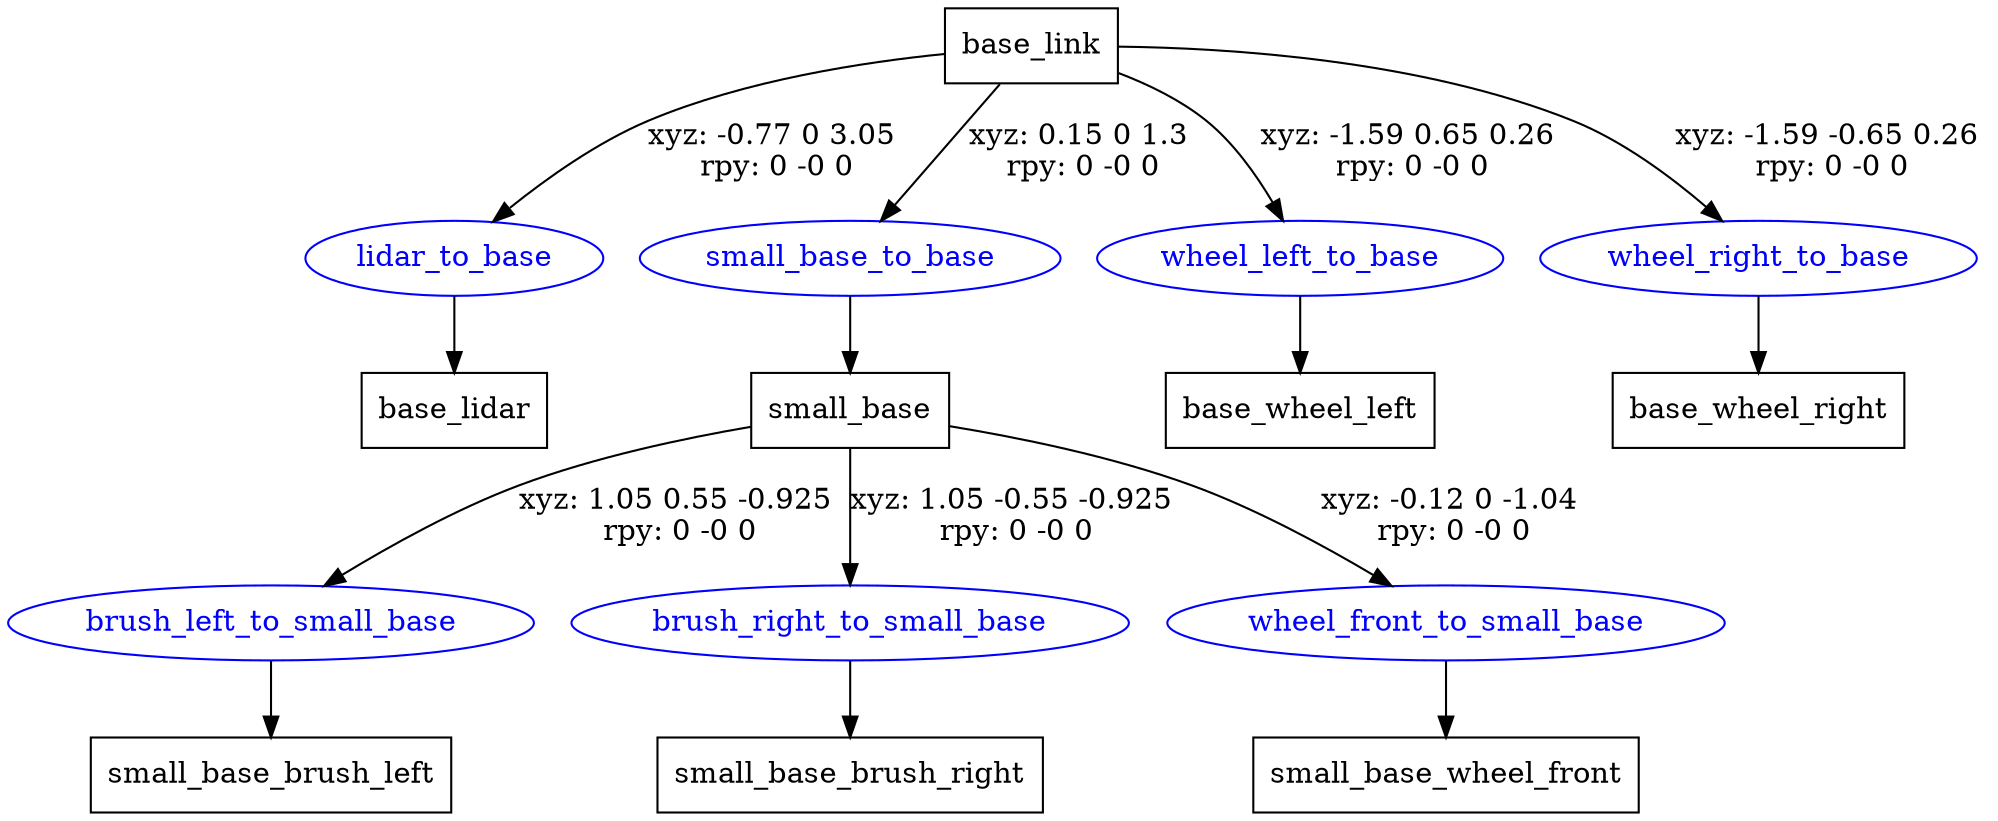
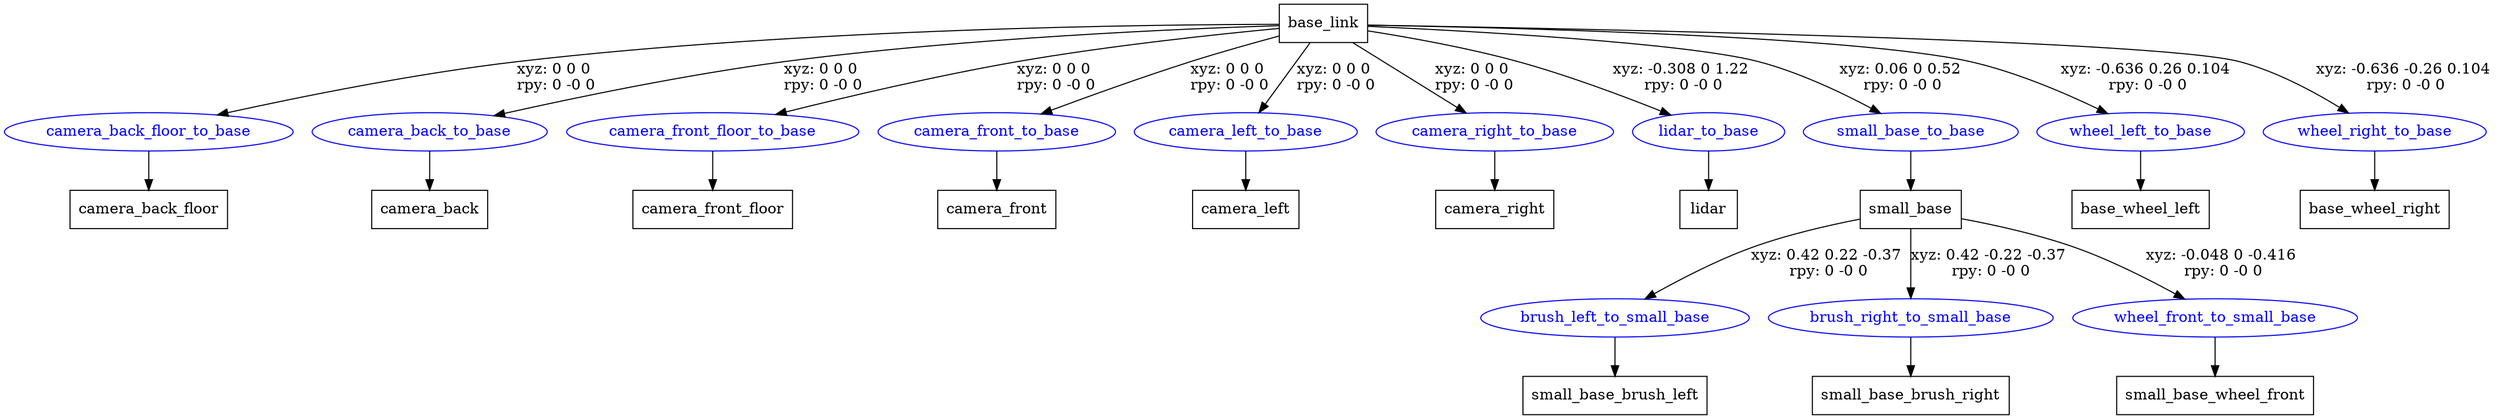
digraph G {
node [shape=box];
"base_link" [label="base_link"];
- "base_lidar" [label="base_lidar"];
+ "camera_back_floor" [label="camera_back_floor"];
+ "camera_back" [label="camera_back"];
+ "camera_front_floor" [label="camera_front_floor"];
+ "camera_front" [label="camera_front"];
+ "camera_left" [label="camera_left"];
+ "camera_right" [label="camera_right"];
+ "lidar" [label="lidar"];
"small_base" [label="small_base"];
"small_base_brush_left" [label="small_base_brush_left"];
"small_base_brush_right" [label="small_base_brush_right"];
"small_base_wheel_front" [label="small_base_wheel_front"];
"base_wheel_left" [label="base_wheel_left"];
"base_wheel_right" [label="base_wheel_right"];
node [shape=ellipse, color=blue, fontcolor=blue];
- "base_link" -> "lidar_to_base" [label="xyz: -0.77 0 3.05 \nrpy: 0 -0 0"]
- "lidar_to_base" -> "base_lidar"
- "base_link" -> "small_base_to_base" [label="xyz: 0.15 0 1.3 \nrpy: 0 -0 0"]
+ "base_link" -> "camera_back_floor_to_base" [label="xyz: 0 0 0 \nrpy: 0 -0 0"]
+ "camera_back_floor_to_base" -> "camera_back_floor"
+ "base_link" -> "camera_back_to_base" [label="xyz: 0 0 0 \nrpy: 0 -0 0"]
+ "camera_back_to_base" -> "camera_back"
+ "base_link" -> "camera_front_floor_to_base" [label="xyz: 0 0 0 \nrpy: 0 -0 0"]
+ "camera_front_floor_to_base" -> "camera_front_floor"
+ "base_link" -> "camera_front_to_base" [label="xyz: 0 0 0 \nrpy: 0 -0 0"]
+ "camera_front_to_base" -> "camera_front"
+ "base_link" -> "camera_left_to_base" [label="xyz: 0 0 0 \nrpy: 0 -0 0"]
+ "camera_left_to_base" -> "camera_left"
+ "base_link" -> "camera_right_to_base" [label="xyz: 0 0 0 \nrpy: 0 -0 0"]
+ "camera_right_to_base" -> "camera_right"
+ "base_link" -> "lidar_to_base" [label="xyz: -0.308 0 1.22 \nrpy: 0 -0 0"]
+ "lidar_to_base" -> "lidar"
+ "base_link" -> "small_base_to_base" [label="xyz: 0.06 0 0.52 \nrpy: 0 -0 0"]
"small_base_to_base" -> "small_base"
- "small_base" -> "brush_left_to_small_base" [label="xyz: 1.05 0.55 -0.925 \nrpy: 0 -0 0"]
+ "small_base" -> "brush_left_to_small_base" [label="xyz: 0.42 0.22 -0.37 \nrpy: 0 -0 0"]
"brush_left_to_small_base" -> "small_base_brush_left"
- "small_base" -> "brush_right_to_small_base" [label="xyz: 1.05 -0.55 -0.925 \nrpy: 0 -0 0"]
+ "small_base" -> "brush_right_to_small_base" [label="xyz: 0.42 -0.22 -0.37 \nrpy: 0 -0 0"]
"brush_right_to_small_base" -> "small_base_brush_right"
- "small_base" -> "wheel_front_to_small_base" [label="xyz: -0.12 0 -1.04 \nrpy: 0 -0 0"]
+ "small_base" -> "wheel_front_to_small_base" [label="xyz: -0.048 0 -0.416 \nrpy: 0 -0 0"]
"wheel_front_to_small_base" -> "small_base_wheel_front"
- "base_link" -> "wheel_left_to_base" [label="xyz: -1.59 0.65 0.26 \nrpy: 0 -0 0"]
+ "base_link" -> "wheel_left_to_base" [label="xyz: -0.636 0.26 0.104 \nrpy: 0 -0 0"]
"wheel_left_to_base" -> "base_wheel_left"
- "base_link" -> "wheel_right_to_base" [label="xyz: -1.59 -0.65 0.26 \nrpy: 0 -0 0"]
+ "base_link" -> "wheel_right_to_base" [label="xyz: -0.636 -0.26 0.104 \nrpy: 0 -0 0"]
"wheel_right_to_base" -> "base_wheel_right"
}
